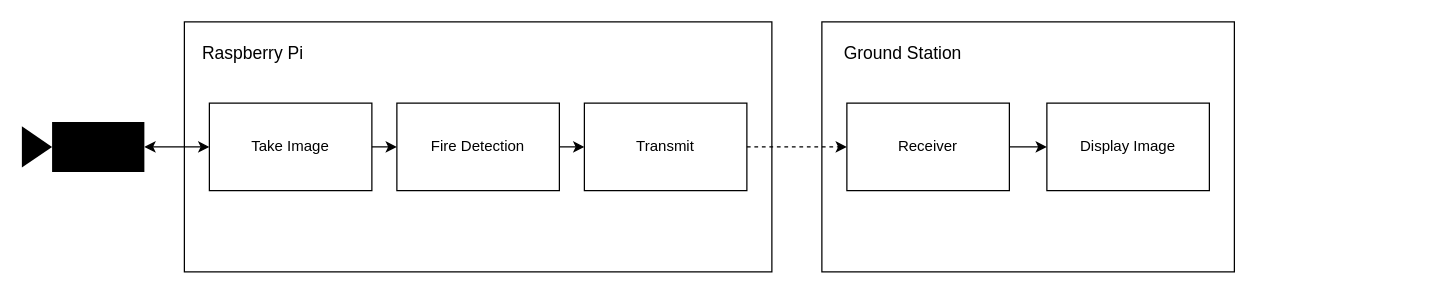
The draw.io diagram figures/systemdiagram.drawio in Mast3rwaf1z/p4, before the edit. Source tidied: cells renumbered, new cells numbered last; positions are measured from the earlier drawing's top-left corner, leaving out a move shared by most shapes. Both pictures are drawn from the tidied source at 125%, with x=0, y=0 at pixel (21, 21).
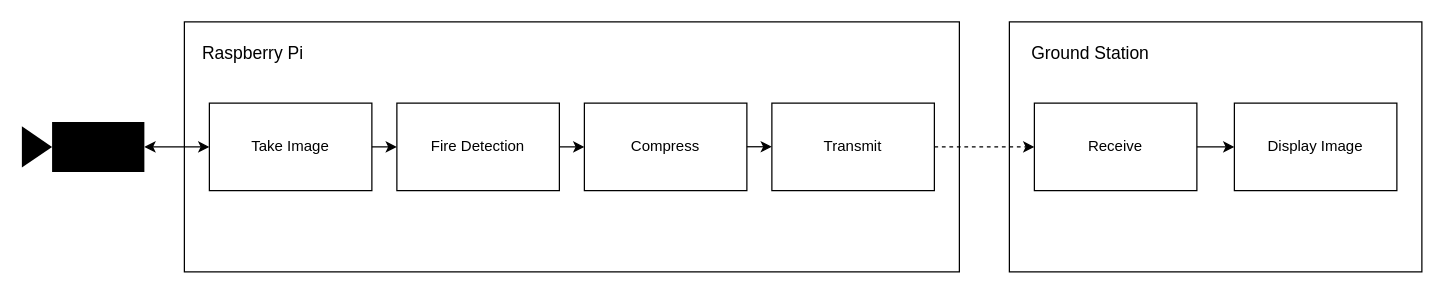
After the change.

The edit, as a diff of the source:
```diff
@@
 <mxGraphModel>
   <root>
     <mxCell id="0" />
     <mxCell id="1" parent="0" />
     <mxCell id="2" style="rounded=0;whiteSpace=wrap;html=1;fillColor=none;" parent="1" vertex="1">
-      <mxGeometry x="130" width="470" height="200" as="geometry" />
+      <mxGeometry x="130" width="620" height="200" as="geometry" />
     </mxCell>
     <mxCell id="3" value="Fire Detection" style="rounded=0;whiteSpace=wrap;html=1;" parent="1" vertex="1">
       <mxGeometry x="300" y="65" width="130" height="70" as="geometry" />
     </mxCell>
     <mxCell id="4" value="Take Image" style="rounded=0;whiteSpace=wrap;html=1;" parent="1" vertex="1">
       <mxGeometry x="150" y="65" width="130" height="70" as="geometry" />
     </mxCell>
-    <mxCell id="5" value="Transmit" style="rounded=0;whiteSpace=wrap;html=1;" parent="1" vertex="1">
+    <mxCell id="5" value="Compress" style="rounded=0;whiteSpace=wrap;html=1;" parent="1" vertex="1">
       <mxGeometry x="450" y="65" width="130" height="70" as="geometry" />
     </mxCell>
     <mxCell id="6" value="&lt;font style=&quot;font-size: 14px&quot;&gt;Raspberry Pi&lt;/font&gt;" style="text;html=1;strokeColor=none;fillColor=none;align=center;verticalAlign=middle;whiteSpace=wrap;rounded=0;" parent="1" vertex="1">
       <mxGeometry x="140" y="10" width="90" height="30" as="geometry" />
     </mxCell>
     <mxCell id="7" style="endArrow=classic;html=1;rounded=0;fontSize=14;entryX=0;entryY=0.5;entryDx=0;entryDy=0;" parent="1" edge="1" source="4" target="3">
       <mxGeometry relative="1" as="geometry" />
     </mxCell>
     <mxCell id="8" style="endArrow=classic;html=1;rounded=0;fontSize=14;exitX=1;exitY=0.5;exitDx=0;exitDy=0;entryX=0;entryY=0.5;entryDx=0;entryDy=0;" parent="1" edge="1" source="3" target="5">
       <mxGeometry relative="1" as="geometry" />
     </mxCell>
     <mxCell id="9" style="shape=mxgraph.signs.tech.video_camera;html=1;fillColor=#000000;strokeColor=none;verticalLabelPosition=bottom;verticalAlign=top;align=center;fontSize=14;rotation=-180;" parent="1" vertex="1">
       <mxGeometry y="80" width="98" height="40" as="geometry" />
     </mxCell>
     <mxCell id="10" style="endArrow=classic;startArrow=classic;html=1;rounded=0;fontSize=14;exitX=0;exitY=0.5;exitDx=0;exitDy=0;exitPerimeter=0;entryX=0;entryY=0.5;entryDx=0;entryDy=0;" parent="1" edge="1" source="9" target="4">
       <mxGeometry relative="1" as="geometry" />
     </mxCell>
-    <mxCell id="11" style="endArrow=classic;html=1;rounded=0;fontSize=14;jumpStyle=none;dashed=1;exitX=1;exitY=0.5;exitDx=0;exitDy=0;entryX=0;entryY=0.5;entryDx=0;entryDy=0;" parent="1" edge="1" source="5" target="13">
+    <mxCell id="11" style="endArrow=classic;html=1;rounded=0;fontSize=14;jumpStyle=none;dashed=1;entryX=0;entryY=0.5;entryDx=0;entryDy=0;" parent="1" edge="1" source="17" target="13">
       <mxGeometry relative="1" as="geometry" />
     </mxCell>
     <mxCell id="12" style="rounded=0;whiteSpace=wrap;html=1;fontSize=14;fillColor=none;" parent="1" vertex="1">
-      <mxGeometry x="640" width="330" height="200" as="geometry" />
+      <mxGeometry x="790" width="330" height="200" as="geometry" />
     </mxCell>
-    <mxCell id="13" value="Receiver" style="rounded=0;whiteSpace=wrap;html=1;" parent="1" vertex="1">
-      <mxGeometry x="660" y="65" width="130" height="70" as="geometry" />
+    <mxCell id="13" value="Receive" style="rounded=0;whiteSpace=wrap;html=1;" parent="1" vertex="1">
+      <mxGeometry x="810" y="65" width="130" height="70" as="geometry" />
     </mxCell>
     <mxCell id="14" value="Display Image" style="rounded=0;whiteSpace=wrap;html=1;" parent="1" vertex="1">
-      <mxGeometry x="820" y="65" width="130" height="70" as="geometry" />
+      <mxGeometry x="970" y="65" width="130" height="70" as="geometry" />
     </mxCell>
     <mxCell id="15" style="endArrow=classic;html=1;rounded=0;fontSize=14;jumpStyle=none;exitX=1;exitY=0.5;exitDx=0;exitDy=0;" parent="1" edge="1" source="13" target="14">
       <mxGeometry relative="1" as="geometry" />
     </mxCell>
     <mxCell id="16" value="Ground Station" style="text;html=1;strokeColor=none;fillColor=none;align=center;verticalAlign=middle;whiteSpace=wrap;rounded=0;fontSize=14;" parent="1" vertex="1">
-      <mxGeometry x="650" y="10" width="110" height="30" as="geometry" />
+      <mxGeometry x="800" y="10" width="110" height="30" as="geometry" />
     </mxCell>
+    <mxCell id="17" value="Transmit" style="rounded=0;whiteSpace=wrap;html=1;" parent="1" vertex="1">
+      <mxGeometry x="600" y="65" width="130" height="70" as="geometry" />
+    </mxCell>
+    <mxCell id="18" style="endArrow=classic;html=1;rounded=0;fontSize=14;exitX=1;exitY=0.5;exitDx=0;exitDy=0;entryX=0;entryY=0.5;entryDx=0;entryDy=0;" parent="1" edge="1">
+      <mxGeometry relative="1" as="geometry">
+        <mxPoint x="580" y="99.9" as="sourcePoint" />
+        <mxPoint x="600" y="99.9" as="targetPoint" />
+      </mxGeometry>
+    </mxCell>
   </root>
 </mxGraphModel>
```
